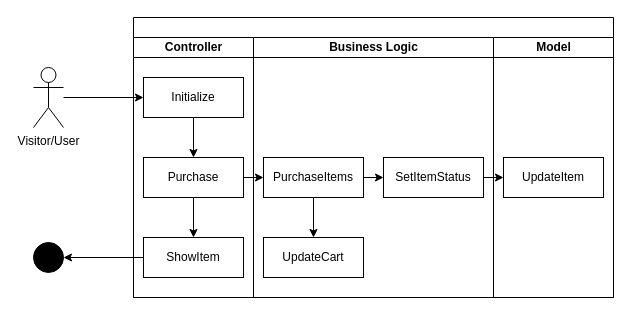
Above: diagrams/ASD/PurchaseShoppingcart.drawio in JochemGrootherder/educom-webshop-runtime-records (draw.io), before the change. Source tidied: cells renumbered, new cells numbered last; positions are measured from the earlier drawing's top-left corner, leaving out a move shared by most shapes. Both pictures are drawn from the tidied source at 100%, with x=0, y=0 at pixel (33, 17).
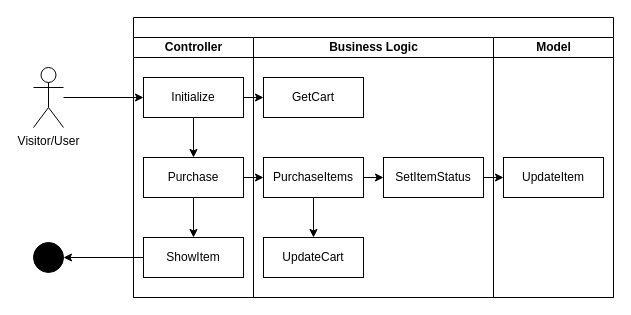
Above is the later version.

The change refers to these unchanged cells:
```xml
<mxCell id="2" style="swimlane;startSize=20;html=1;" parent="1" vertex="1">
  <mxGeometry x="100" width="480" height="280" as="geometry" />
</mxCell>
<mxCell id="5" value="Initialize" style="rounded=0;whiteSpace=wrap;html=1;" parent="3" vertex="1">
  <mxGeometry x="10" y="40" width="100" height="40" as="geometry" />
</mxCell>
<mxCell id="9" value="Business Logic" style="swimlane;startSize=20;html=1;" parent="2" vertex="1">
  <mxGeometry x="120" y="20" width="240" height="260" as="geometry" />
</mxCell>
```

The edit, as a diff of the source:
```diff
@@
+    <mxCell id="23" value="GetCart" style="rounded=0;whiteSpace=wrap;html=1;" parent="9" vertex="1">
+      <mxGeometry x="10" y="40" width="100" height="40" as="geometry" />
+    </mxCell>
@@
+    <mxCell id="24" style="edgeStyle=none;html=1;" parent="2" edge="1" source="5" target="23">
+      <mxGeometry relative="1" as="geometry" />
+    </mxCell>
```
